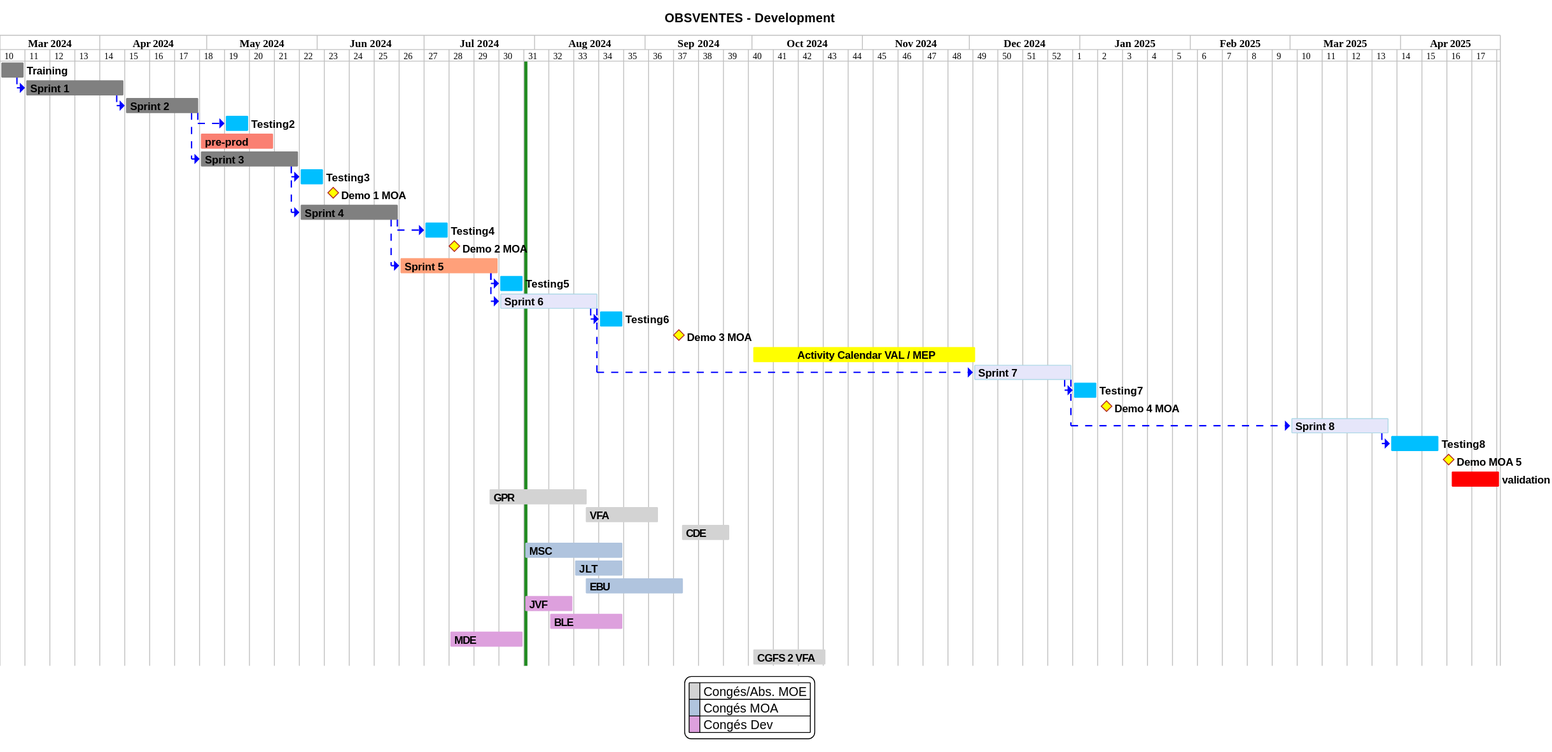
Above: projects/obsvente/not/images/refonte-obsventes-planning-sprints.svg in sumaris-net/sumaris-doc (PlantUML), before the change.
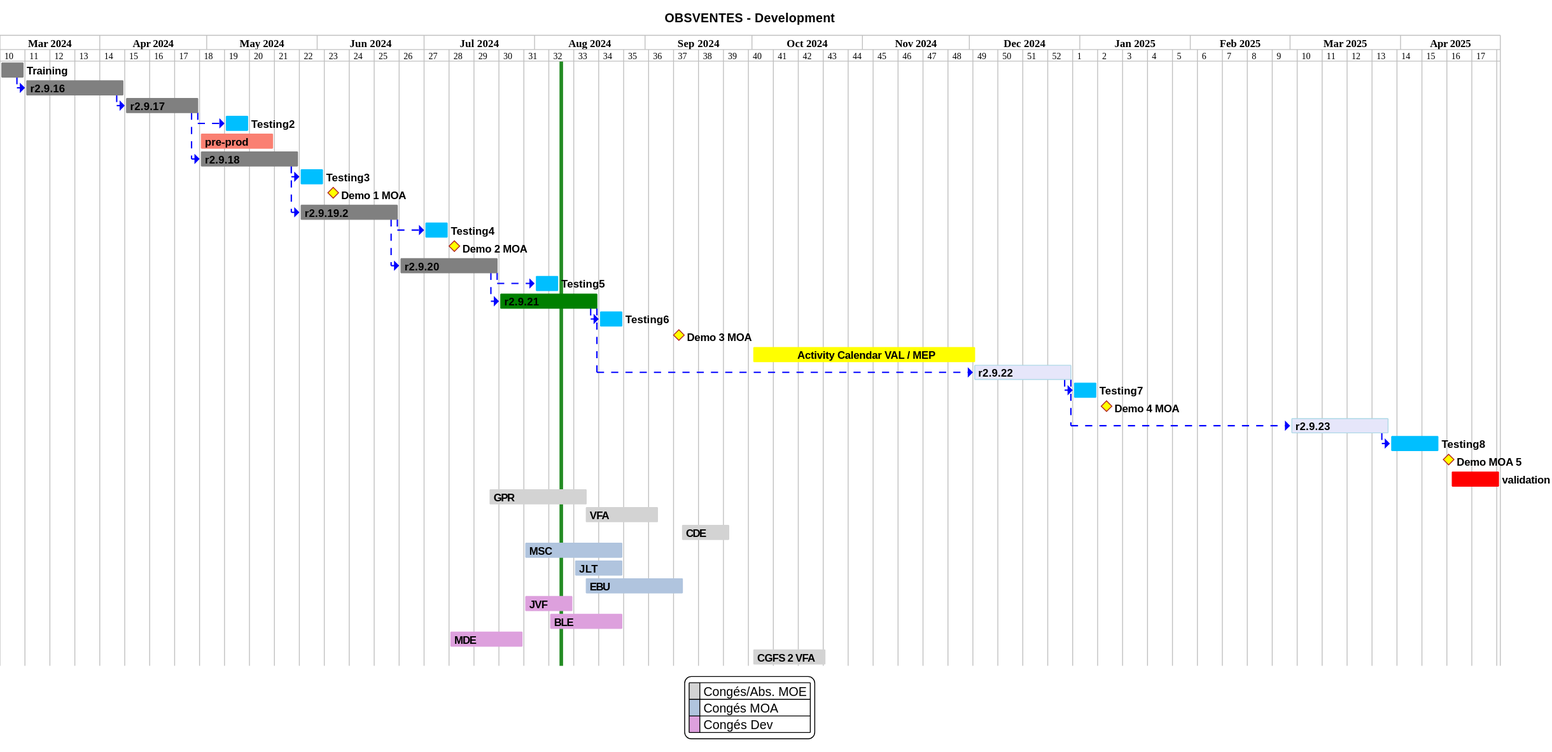
After the commit.

Commit message:
[not] Update ActiFlot, ObsVentes planning

Change to the diagram source:
```diff
@@ -59,12 +59,12 @@
 [Training] as [TRAIN1] requires 1 week
 [TRAIN1] is colored in Grey
 
-[Sprint 1] as [TASK1] requires 4 weeks
+[r2.9.16] as [TASK1] requires 4 weeks
 [TASK1] is colored in Grey
 [TRAIN1]->[TASK1]
 
 
-[Sprint 2] as [TASK2] requires 3 weeks
+[r2.9.17] as [TASK2] requires 3 weeks
 [TASK2] is colored in Grey
 [TASK1]->[TASK2]
 [Testing2] requires 1 week and starts the 6th of May 2024
@@ -73,28 +73,28 @@
 [pre-prod] as [PREPROD] requires 3 week and starts the 29th of April 2024
 [PREPROD] is colored in salmon
 
-[Sprint 3] as [TASK3] requires 4 weeks
+[r2.9.18] as [TASK3] requires 4 weeks
 [TASK3] is colored in grey
 [TASK2]->[TASK3]
 [Testing3] requires 1 week
 [TASK3]->[Testing3]
 [Demo 1 MOA] happens 3 day after [Testing3]'s end
 
-[Sprint 4] as [TASK4] requires 4 weeks and starts the 27th of May 2024
+[r2.9.19.2] as [TASK4] requires 4 weeks and starts the 27th of May 2024
 [TASK4] is colored in grey
 [TASK3]->[TASK4]
 [Testing4] requires 1 week and starts 1th of July 2024
 [TASK4]->[Testing4]
 [Demo 2 MOA] happens 9th of July 2024
 
-[Sprint 5] as [TASK5] requires 4 weeks and starts the 24th of June 2024
-[TASK5] is colored in lightsalmon
+[r2.9.20] as [TASK5] requires 4 weeks and starts the 24th of June 2024
+[TASK5] is colored in grey
 [TASK4]->[TASK5]
-[Testing5] requires 1 week
+[Testing5] requires 1 week and starts the 1th of August 2024
 [TASK5]->[Testing5]
-[Sprint 6] as [TASK6] requires 4 weeks and starts the 15th of July 2024
 
-[TASK6] is colored in Lavender/LightBlue
+[r2.9.21] as [TASK6] requires 4 weeks and starts the 15th of July 2024
+[r2.9.21] is colored in green
 [TASK5]->[TASK6]
 [Testing6] requires 1 week
 [TASK6]->[Testing6]
@@ -105,14 +105,14 @@
 [               Activity Calendar VAL / MEP] as [ActivityCalendarMEP] starts 1th October 2024 and requires 9 weeks
 [ActivityCalendarMEP] is colored in yellow
 
-[Sprint 7] as [TASK7] requires 4 weeks and starts the 2th of December 2024
+[r2.9.22] as [TASK7] requires 4 weeks and starts the 2th of December 2024
 [TASK7] is colored in Lavender/LightBlue
 [TASK6]->[TASK7]
 [Testing7] requires 1 week
 [TASK7]->[Testing7]
 [Demo 4 MOA] happens 3 day after [Testing7]'s end
 
-[Sprint 8] as [TASK8] requires 4 weeks and starts the 1th of March 2025
+[r2.9.23] as [TASK8] requires 4 weeks and starts the 1th of March 2025
 [TASK8] is colored in Lavender/LightBlue
 [TASK7]->[TASK8]
 [Testing8] requires 2 week
```
